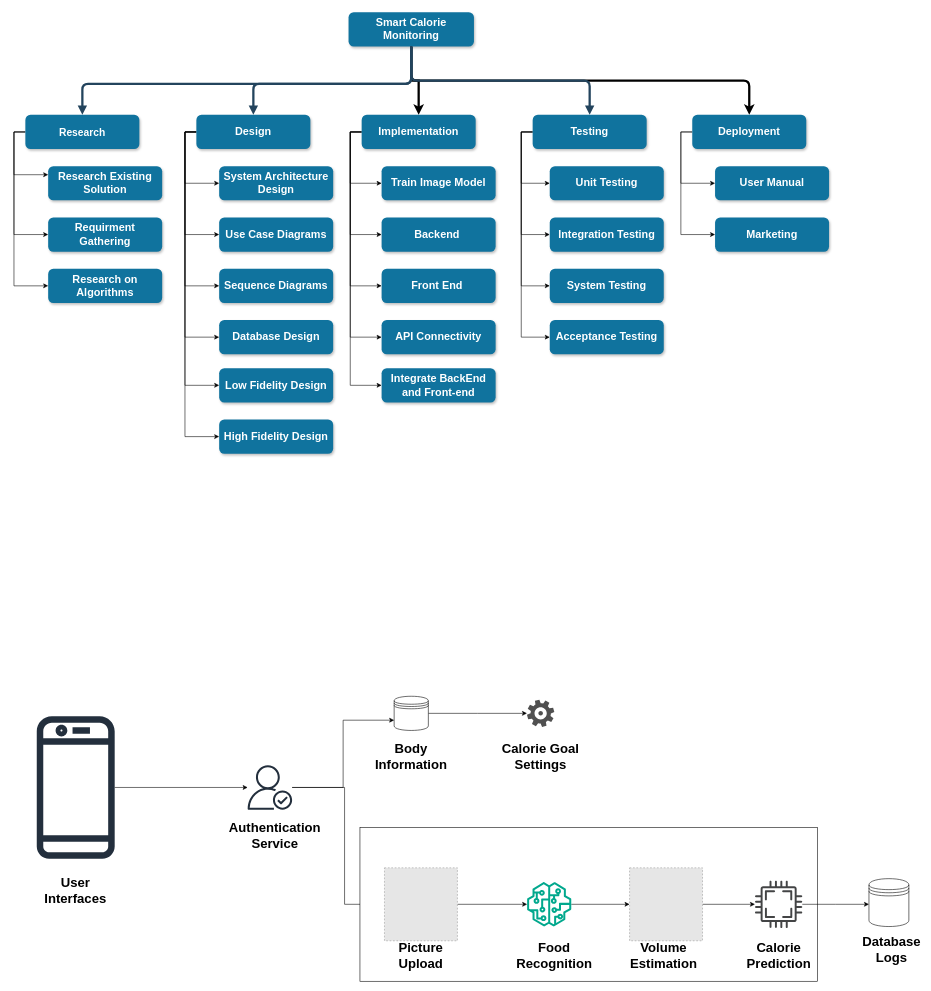
HASSAN5077/FYP1 keeps this draw.io diagram as Untitled Diagram.drawio. Above is the earlier version. Source tidied: cells renumbered, new cells numbered last; positions are measured from the earlier drawing's top-left corner, leaving out a move shared by most shapes. Both pictures are drawn from the tidied source at 57%, with x=0, y=0 at pixel (25, 12). Pictures stored in the file or linked from it are replaced by grey dashed boxes.
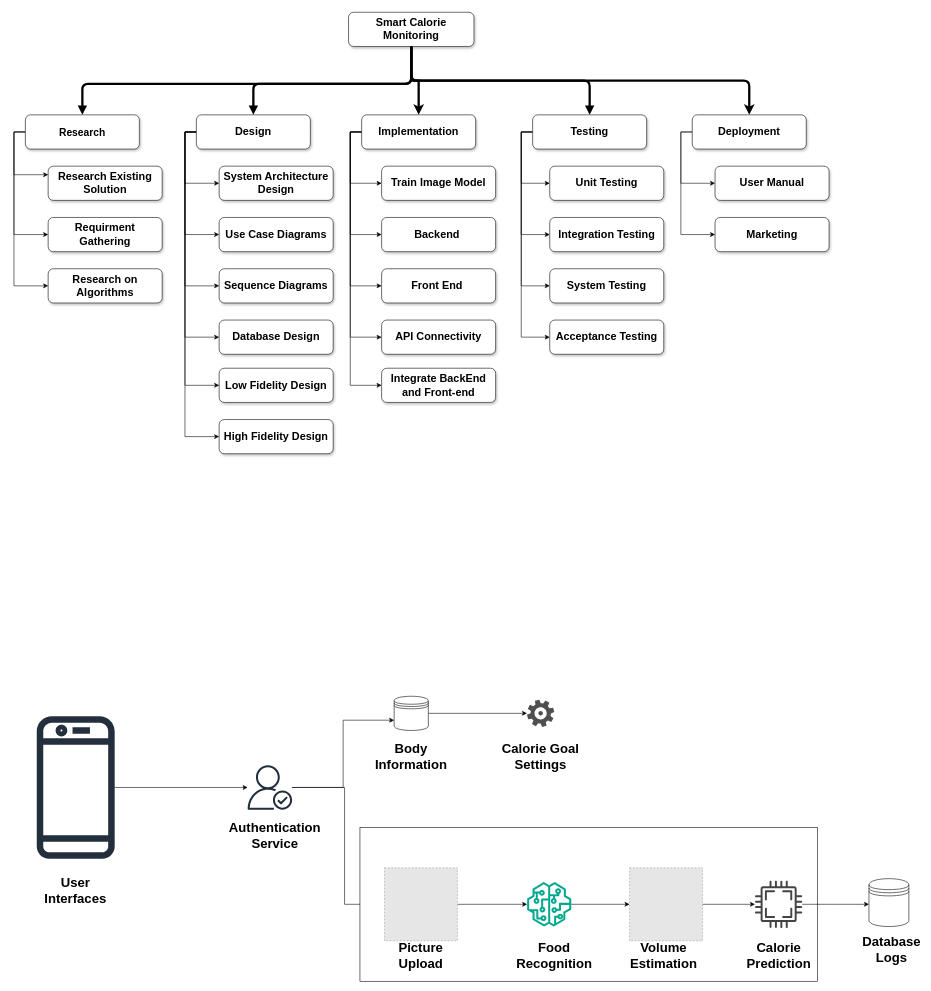
The same page after the edit.

The edit, as a diff of the source:
```diff
@@
-    <mxCell id="4" value="Smart Calorie Monitoring" style="rounded=1;fillColor=#10739E;strokeColor=none;shadow=1;gradientColor=none;fontStyle=1;fontColor=#FFFFFF;fontSize=19;whiteSpace=wrap;" parent="1" vertex="1">
+    <mxCell id="4" value="Smart Calorie Monitoring" style="rounded=1;shadow=1;fontStyle=1;fontSize=19;whiteSpace=wrap;" parent="1" vertex="1">
       <mxGeometry x="567" width="220" height="60" as="geometry" />
     </mxCell>
@@
-    <mxCell id="8" value="Research" style="rounded=1;fillColor=#10739E;strokeColor=none;shadow=1;gradientColor=none;fontStyle=1;fontColor=#FFFFFF;fontSize=18;" parent="1" vertex="1">
+    <mxCell id="8" value="Research" style="rounded=1;shadow=1;fontStyle=1;fontSize=18;" parent="1" vertex="1">
       <mxGeometry y="180" width="200" height="60" as="geometry" />
     </mxCell>
-    <mxCell id="9" value="Research Existing Solution" style="rounded=1;fillColor=#10739E;strokeColor=none;shadow=1;gradientColor=none;fontStyle=1;fontColor=#FFFFFF;fontSize=19;whiteSpace=wrap;" parent="1" vertex="1">
+    <mxCell id="9" value="Research Existing Solution" style="rounded=1;shadow=1;fontStyle=1;fontSize=19;whiteSpace=wrap;" parent="1" vertex="1">
       <mxGeometry x="40" y="270" width="200" height="60" as="geometry" />
     </mxCell>
-    <mxCell id="10" value="Requirment Gathering" style="rounded=1;fillColor=#10739E;strokeColor=none;shadow=1;gradientColor=none;fontStyle=1;fontColor=#FFFFFF;fontSize=19;whiteSpace=wrap;" parent="1" vertex="1">
+    <mxCell id="10" value="Requirment Gathering" style="rounded=1;shadow=1;fontStyle=1;fontSize=19;whiteSpace=wrap;" parent="1" vertex="1">
       <mxGeometry x="40" y="360" width="200" height="60" as="geometry" />
     </mxCell>
-    <mxCell id="11" value="Research on Algorithms" style="rounded=1;fillColor=#10739E;strokeColor=none;shadow=1;gradientColor=none;fontStyle=1;fontColor=#FFFFFF;fontSize=19;whiteSpace=wrap;" parent="1" vertex="1">
+    <mxCell id="11" value="Research on Algorithms" style="rounded=1;shadow=1;fontStyle=1;fontSize=19;whiteSpace=wrap;" parent="1" vertex="1">
       <mxGeometry x="40" y="450" width="200" height="60" as="geometry" />
     </mxCell>
@@
-    <mxCell id="18" value="Design" style="rounded=1;fillColor=#10739E;strokeColor=none;shadow=1;gradientColor=none;fontStyle=1;fontColor=#FFFFFF;fontSize=19;whiteSpace=wrap;" parent="1" vertex="1">
+    <mxCell id="18" value="Design" style="rounded=1;shadow=1;fontStyle=1;fontSize=19;whiteSpace=wrap;" parent="1" vertex="1">
       <mxGeometry x="300" y="180" width="200" height="60" as="geometry" />
     </mxCell>
-    <mxCell id="19" value="System Architecture Design" style="rounded=1;fillColor=#10739E;strokeColor=none;shadow=1;gradientColor=none;fontStyle=1;fontColor=#FFFFFF;fontSize=19;whiteSpace=wrap;" parent="1" vertex="1">
+    <mxCell id="19" value="System Architecture Design" style="rounded=1;shadow=1;fontStyle=1;fontSize=19;whiteSpace=wrap;" parent="1" vertex="1">
       <mxGeometry x="340" y="270" width="200" height="60" as="geometry" />
     </mxCell>
-    <mxCell id="20" value="Low Fidelity Design" style="rounded=1;fillColor=#10739E;strokeColor=none;shadow=1;gradientColor=none;fontStyle=1;fontColor=#FFFFFF;fontSize=19;whiteSpace=wrap;" parent="1" vertex="1">
+    <mxCell id="20" value="Low Fidelity Design" style="rounded=1;shadow=1;fontStyle=1;fontSize=19;whiteSpace=wrap;" parent="1" vertex="1">
       <mxGeometry x="340" y="624.5" width="200" height="60" as="geometry" />
     </mxCell>
-    <mxCell id="21" value="High Fidelity Design" style="rounded=1;fillColor=#10739E;strokeColor=none;shadow=1;gradientColor=none;fontStyle=1;fontColor=#FFFFFF;fontSize=19;whiteSpace=wrap;" parent="1" vertex="1">
+    <mxCell id="21" value="High Fidelity Design" style="rounded=1;shadow=1;fontStyle=1;fontSize=19;whiteSpace=wrap;" parent="1" vertex="1">
       <mxGeometry x="340" y="714.5" width="200" height="60" as="geometry" />
     </mxCell>
@@
-    <mxCell id="27" value="Implementation" style="rounded=1;fillColor=#10739E;strokeColor=none;shadow=1;gradientColor=none;fontStyle=1;fontColor=#FFFFFF;fontSize=19;whiteSpace=wrap;" parent="1" vertex="1">
+    <mxCell id="27" value="Implementation" style="rounded=1;shadow=1;fontStyle=1;fontSize=19;whiteSpace=wrap;" parent="1" vertex="1">
       <mxGeometry x="590" y="180" width="200" height="60" as="geometry" />
     </mxCell>
-    <mxCell id="28" value="Train Image Model" style="rounded=1;fillColor=#10739E;strokeColor=none;shadow=1;gradientColor=none;fontStyle=1;fontColor=#FFFFFF;fontSize=19;whiteSpace=wrap;" parent="1" vertex="1">
+    <mxCell id="28" value="Train Image Model" style="rounded=1;shadow=1;fontStyle=1;fontSize=19;whiteSpace=wrap;" parent="1" vertex="1">
       <mxGeometry x="625" y="270" width="200" height="60" as="geometry" />
     </mxCell>
-    <mxCell id="29" value="Backend " style="rounded=1;fillColor=#10739E;strokeColor=none;shadow=1;gradientColor=none;fontStyle=1;fontColor=#FFFFFF;fontSize=19;whiteSpace=wrap;" parent="1" vertex="1">
+    <mxCell id="29" value="Backend " style="rounded=1;shadow=1;fontStyle=1;fontSize=19;whiteSpace=wrap;" parent="1" vertex="1">
       <mxGeometry x="625" y="360" width="200" height="60" as="geometry" />
     </mxCell>
-    <mxCell id="30" value="Front End " style="rounded=1;fillColor=#10739E;strokeColor=none;shadow=1;gradientColor=none;fontStyle=1;fontColor=#FFFFFF;fontSize=19;whiteSpace=wrap;" parent="1" vertex="1">
+    <mxCell id="30" value="Front End " style="rounded=1;shadow=1;fontStyle=1;fontSize=19;whiteSpace=wrap;" parent="1" vertex="1">
       <mxGeometry x="625" y="450" width="200" height="60" as="geometry" />
     </mxCell>
-    <mxCell id="31" value="API Connectivity" style="rounded=1;fillColor=#10739E;strokeColor=none;shadow=1;gradientColor=none;fontStyle=1;fontColor=#FFFFFF;fontSize=19;whiteSpace=wrap;" parent="1" vertex="1">
+    <mxCell id="31" value="API Connectivity" style="rounded=1;shadow=1;fontStyle=1;fontSize=19;whiteSpace=wrap;" parent="1" vertex="1">
       <mxGeometry x="625" y="540" width="200" height="60" as="geometry" />
     </mxCell>
@@
-    <mxCell id="36" value="Testing" style="rounded=1;fillColor=#10739E;strokeColor=none;shadow=1;gradientColor=none;fontStyle=1;fontColor=#FFFFFF;fontSize=19;whiteSpace=wrap;" parent="1" vertex="1">
+    <mxCell id="36" value="Testing" style="rounded=1;shadow=1;fontStyle=1;fontSize=19;whiteSpace=wrap;" parent="1" vertex="1">
       <mxGeometry x="890" y="180" width="200" height="60" as="geometry" />
     </mxCell>
-    <mxCell id="37" value="Unit Testing" style="rounded=1;fillColor=#10739E;strokeColor=none;shadow=1;gradientColor=none;fontStyle=1;fontColor=#FFFFFF;fontSize=19;whiteSpace=wrap;" parent="1" vertex="1">
+    <mxCell id="37" value="Unit Testing" style="rounded=1;shadow=1;fontStyle=1;fontSize=19;whiteSpace=wrap;" parent="1" vertex="1">
       <mxGeometry x="920" y="270" width="200" height="60" as="geometry" />
     </mxCell>
-    <mxCell id="38" value="Integration Testing" style="rounded=1;fillColor=#10739E;strokeColor=none;shadow=1;gradientColor=none;fontStyle=1;fontColor=#FFFFFF;fontSize=19;whiteSpace=wrap;" parent="1" vertex="1">
+    <mxCell id="38" value="Integration Testing" style="rounded=1;shadow=1;fontStyle=1;fontSize=19;whiteSpace=wrap;" parent="1" vertex="1">
       <mxGeometry x="920" y="360" width="200" height="60" as="geometry" />
     </mxCell>
-    <mxCell id="39" value="System Testing" style="rounded=1;fillColor=#10739E;strokeColor=none;shadow=1;gradientColor=none;fontStyle=1;fontColor=#FFFFFF;fontSize=19;whiteSpace=wrap;" parent="1" vertex="1">
+    <mxCell id="39" value="System Testing" style="rounded=1;shadow=1;fontStyle=1;fontSize=19;whiteSpace=wrap;" parent="1" vertex="1">
       <mxGeometry x="920" y="450" width="200" height="60" as="geometry" />
     </mxCell>
-    <mxCell id="40" value="Acceptance Testing" style="rounded=1;fillColor=#10739E;strokeColor=none;shadow=1;gradientColor=none;fontStyle=1;fontColor=#FFFFFF;fontSize=19;whiteSpace=wrap;" parent="1" vertex="1">
+    <mxCell id="40" value="Acceptance Testing" style="rounded=1;shadow=1;fontStyle=1;fontSize=19;whiteSpace=wrap;" parent="1" vertex="1">
       <mxGeometry x="920" y="540" width="200" height="60" as="geometry" />
     </mxCell>
-    <mxCell id="41" style="edgeStyle=elbowEdgeStyle;elbow=vertical;strokeWidth=4;endArrow=block;endFill=1;fontStyle=1;strokeColor=#23445D;fontSize=19;" parent="1" edge="1" source="4" target="8">
+    <mxCell id="41" style="edgeStyle=elbowEdgeStyle;elbow=vertical;strokeWidth=4;endArrow=block;endFill=1;fontStyle=1;fontSize=19;" parent="1" edge="1" source="4" target="8">
       <mxGeometry x="22" y="165.5" as="geometry">
         <Array as="points">
           <mxPoint x="462" y="125.5" />
         </Array>
       </mxGeometry>
     </mxCell>
-    <mxCell id="42" style="edgeStyle=elbowEdgeStyle;elbow=vertical;strokeWidth=4;endArrow=block;endFill=1;fontStyle=1;strokeColor=#23445D;fontSize=19;" parent="1" edge="1" source="4" target="36">
+    <mxCell id="42" style="edgeStyle=elbowEdgeStyle;elbow=vertical;strokeWidth=4;endArrow=block;endFill=1;fontStyle=1;fontSize=19;" parent="1" edge="1" source="4" target="36">
       <mxGeometry x="22" y="165.5" as="geometry">
         <Array as="points">
           <mxPoint x="830" y="120" />
         </Array>
       </mxGeometry>
     </mxCell>
-    <mxCell id="43" style="edgeStyle=elbowEdgeStyle;elbow=vertical;strokeWidth=4;endArrow=block;endFill=1;fontStyle=1;strokeColor=#23445D;fontSize=19;" parent="1" edge="1" source="4" target="18">
+    <mxCell id="43" style="edgeStyle=elbowEdgeStyle;elbow=vertical;strokeWidth=4;endArrow=block;endFill=1;fontStyle=1;fontSize=19;" parent="1" edge="1" source="4" target="18">
       <mxGeometry x="22" y="165.5" as="geometry">
         <Array as="points">
           <mxPoint x="562" y="125.5" />
         </Array>
       </mxGeometry>
     </mxCell>
@@
-    <mxCell id="46" value="Deployment" style="rounded=1;fillColor=#10739E;strokeColor=none;shadow=1;gradientColor=none;fontStyle=1;fontColor=#FFFFFF;fontSize=19;whiteSpace=wrap;" parent="1" vertex="1">
+    <mxCell id="46" value="Deployment" style="rounded=1;shadow=1;fontStyle=1;fontSize=19;whiteSpace=wrap;" parent="1" vertex="1">
       <mxGeometry x="1170" y="180" width="200" height="60" as="geometry" />
     </mxCell>
-    <mxCell id="47" value="Sequence Diagrams" style="rounded=1;fillColor=#10739E;strokeColor=none;shadow=1;gradientColor=none;fontStyle=1;fontColor=#FFFFFF;fontSize=19;whiteSpace=wrap;" parent="1" vertex="1">
+    <mxCell id="47" value="Sequence Diagrams" style="rounded=1;shadow=1;fontStyle=1;fontSize=19;whiteSpace=wrap;" parent="1" vertex="1">
       <mxGeometry x="340" y="450" width="200" height="60" as="geometry" />
     </mxCell>
-    <mxCell id="48" value="Use Case Diagrams" style="rounded=1;fillColor=#10739E;strokeColor=none;shadow=1;gradientColor=none;fontStyle=1;fontColor=#FFFFFF;fontSize=19;whiteSpace=wrap;" parent="1" vertex="1">
+    <mxCell id="48" value="Use Case Diagrams" style="rounded=1;shadow=1;fontStyle=1;fontSize=19;whiteSpace=wrap;" parent="1" vertex="1">
       <mxGeometry x="340" y="360" width="200" height="60" as="geometry" />
     </mxCell>
-    <mxCell id="49" value="Database Design" style="rounded=1;fillColor=#10739E;strokeColor=none;shadow=1;gradientColor=none;fontStyle=1;fontColor=#FFFFFF;fontSize=19;whiteSpace=wrap;" parent="1" vertex="1">
+    <mxCell id="49" value="Database Design" style="rounded=1;shadow=1;fontStyle=1;fontSize=19;whiteSpace=wrap;" parent="1" vertex="1">
       <mxGeometry x="340" y="540" width="200" height="60" as="geometry" />
     </mxCell>
-    <mxCell id="50" value="Integrate BackEnd and Front-end" style="rounded=1;fillColor=#10739E;strokeColor=none;shadow=1;gradientColor=none;fontStyle=1;fontColor=#FFFFFF;fontSize=19;whiteSpace=wrap;" parent="1" vertex="1">
+    <mxCell id="50" value="Integrate BackEnd and Front-end" style="rounded=1;shadow=1;fontStyle=1;fontSize=19;whiteSpace=wrap;" parent="1" vertex="1">
       <mxGeometry x="625" y="624.5" width="200" height="60" as="geometry" />
     </mxCell>
-    <mxCell id="51" value="User Manual" style="rounded=1;fillColor=#10739E;strokeColor=none;shadow=1;gradientColor=none;fontStyle=1;fontColor=#FFFFFF;fontSize=19;whiteSpace=wrap;" parent="1" vertex="1">
+    <mxCell id="51" value="User Manual" style="rounded=1;shadow=1;fontStyle=1;fontSize=19;whiteSpace=wrap;" parent="1" vertex="1">
       <mxGeometry x="1210" y="270" width="200" height="60" as="geometry" />
     </mxCell>
-    <mxCell id="52" value="Marketing" style="rounded=1;fillColor=#10739E;strokeColor=none;shadow=1;gradientColor=none;fontStyle=1;fontColor=#FFFFFF;fontSize=19;whiteSpace=wrap;" parent="1" vertex="1">
+    <mxCell id="52" value="Marketing" style="rounded=1;shadow=1;fontStyle=1;fontSize=19;whiteSpace=wrap;" parent="1" vertex="1">
       <mxGeometry x="1210" y="360" width="200" height="60" as="geometry" />
     </mxCell>
```
